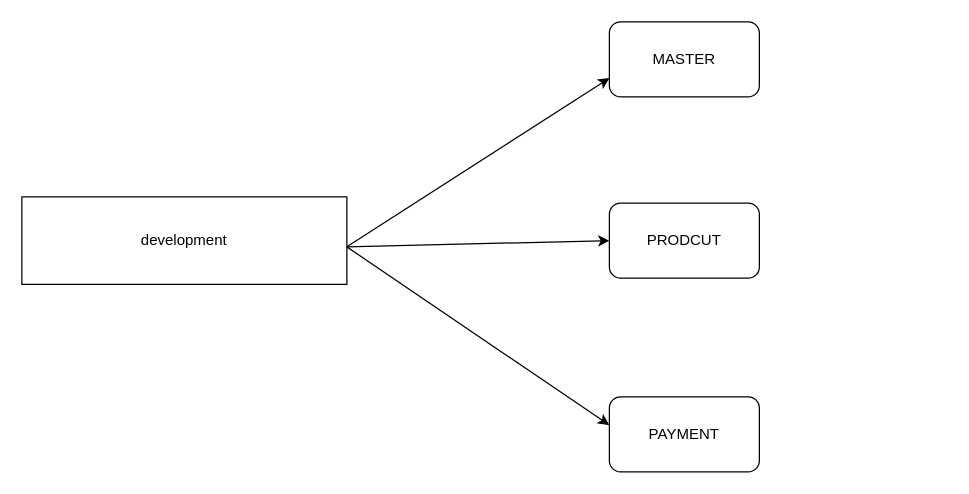
Above: git-branch1.drawio in ashisnishanka/DEVOPS-DEMO (draw.io), before the change. Source tidied: cells renumbered, new cells numbered last; positions are measured from the earlier drawing's top-left corner, leaving out a move shared by most shapes. Both pictures are drawn from the tidied source at 125%, with x=0, y=0 at pixel (21, 21).
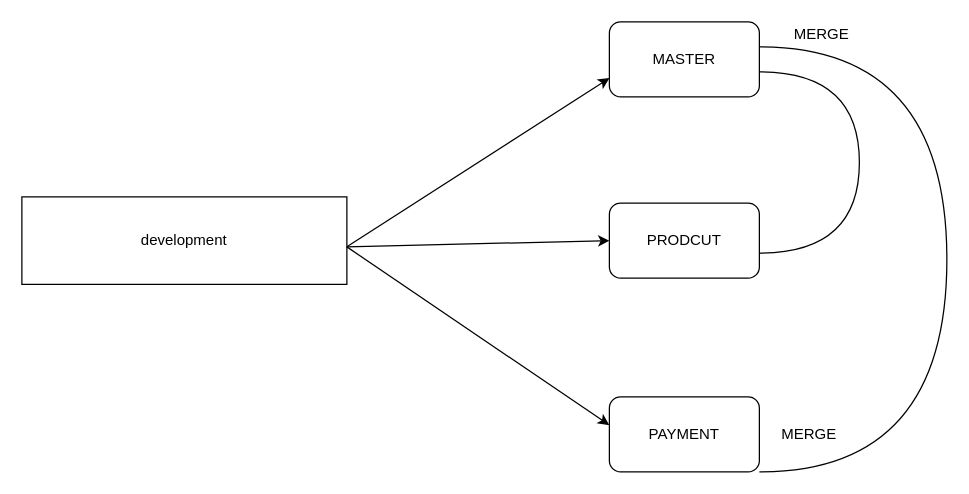
Above is the later version.

Change to the diagram source:
```diff
@@
 <mxGraphModel>
   <root>
     <mxCell id="0" />
     <mxCell id="1" parent="0" />
     <mxCell id="2" value="development" style="rounded=0;whiteSpace=wrap;html=1;" parent="1" vertex="1">
       <mxGeometry y="140" width="260" height="70" as="geometry" />
     </mxCell>
     <mxCell id="3" value="MASTER" style="rounded=1;whiteSpace=wrap;html=1;" parent="1" vertex="1">
       <mxGeometry x="470" width="120" height="60" as="geometry" />
     </mxCell>
     <mxCell id="4" value="PRODCUT" style="rounded=1;whiteSpace=wrap;html=1;" parent="1" vertex="1">
       <mxGeometry x="470" y="145" width="120" height="60" as="geometry" />
     </mxCell>
     <mxCell id="5" value="PAYMENT" style="rounded=1;whiteSpace=wrap;html=1;" parent="1" vertex="1">
       <mxGeometry x="470" y="300" width="120" height="60" as="geometry" />
     </mxCell>
     <mxCell id="6" style="endArrow=classic;html=1;exitX=1;exitY=0.571;exitDx=0;exitDy=0;exitPerimeter=0;entryX=0;entryY=0.75;entryDx=0;entryDy=0;" parent="1" edge="1" source="2" target="3">
       <mxGeometry relative="1" as="geometry" />
     </mxCell>
     <mxCell id="7" style="endArrow=classic;html=1;entryX=0;entryY=0.5;entryDx=0;entryDy=0;" parent="1" edge="1" target="4">
       <mxGeometry relative="1" as="geometry">
         <mxPoint x="260" y="180" as="sourcePoint" />
       </mxGeometry>
     </mxCell>
     <mxCell id="8" style="endArrow=classic;html=1;entryX=-0.001;entryY=0.376;entryDx=0;entryDy=0;entryPerimeter=0;" parent="1" edge="1" target="5">
       <mxGeometry relative="1" as="geometry">
         <mxPoint x="260" y="180" as="sourcePoint" />
       </mxGeometry>
     </mxCell>
+    <mxCell id="9" style="shape=requiredInterface;html=1;verticalLabelPosition=bottom;" parent="1" vertex="1">
+      <mxGeometry x="590" y="40" width="80" height="145" as="geometry" />
+    </mxCell>
+    <mxCell id="10" style="shape=requiredInterface;html=1;verticalLabelPosition=bottom;" parent="1" vertex="1">
+      <mxGeometry x="590" y="20" width="150" height="340" as="geometry" />
+    </mxCell>
+    <mxCell id="11" value="MERGE" style="text;html=1;strokeColor=none;fillColor=none;align=center;verticalAlign=middle;whiteSpace=wrap;rounded=0;" parent="1" vertex="1">
+      <mxGeometry x="620" width="40" height="20" as="geometry" />
+    </mxCell>
+    <mxCell id="12" value="MERGE" style="text;html=1;strokeColor=none;fillColor=none;align=center;verticalAlign=middle;whiteSpace=wrap;rounded=0;" parent="1" vertex="1">
+      <mxGeometry x="610" y="320" width="40" height="20" as="geometry" />
+    </mxCell>
+    <mxCell id="13" style="edgeStyle=orthogonalEdgeStyle;rounded=0;orthogonalLoop=1;jettySize=auto;html=1;exitX=0.5;exitY=1;exitDx=0;exitDy=0;" parent="1" edge="1" source="11" target="11">
+      <mxGeometry relative="1" as="geometry" />
+    </mxCell>
   </root>
 </mxGraphModel>
```
